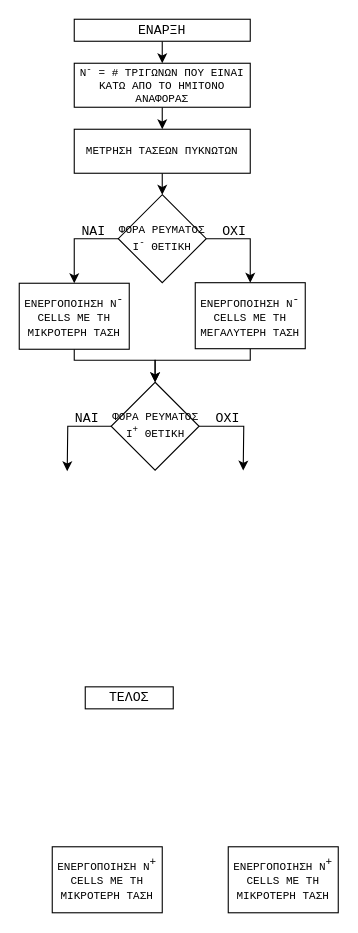
This is algorithm_1.drawio from thece36/drawio_mlvl_pulses, a draw.io file, before an edit. Source tidied: cells renumbered, new cells numbered last; positions are measured from the earlier drawing's top-left corner, leaving out a move shared by most shapes. Both pictures are drawn from the tidied source at 110%, with x=0, y=0 at pixel (19, 19).
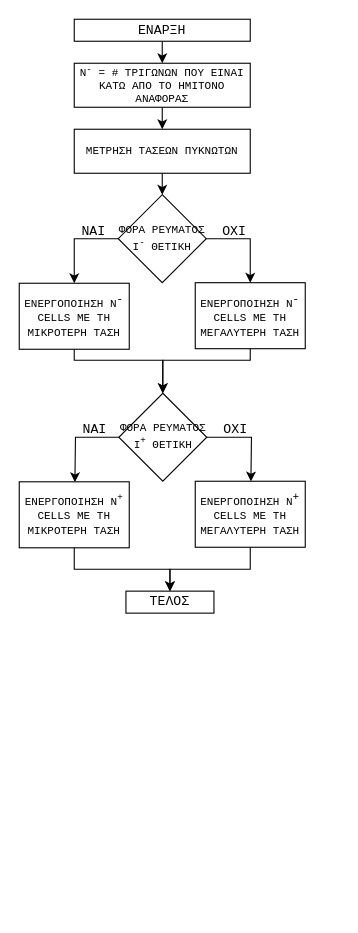
The same diagram, later.

Unchanged cells that the change refers to:
```xml
<mxCell id="10" value="&lt;font style=&quot;font-size: 10px;&quot; face=&quot;Courier New&quot;&gt;ΕΝΕΡΓΟΠΟΙΗΣΗ N&lt;sup style=&quot;font-size: 10px;&quot;&gt;-&lt;/sup&gt; CELLS ΜΕ ΤΗ ΜΙΚΡΟΤΕΡΗ ΤΑΣΗ&lt;/font&gt;" style="rounded=0;whiteSpace=wrap;html=1;verticalAlign=middle;fontSize=10;" parent="1" vertex="1">
  <mxGeometry y="240" width="100" height="60" as="geometry" />
</mxCell>
<mxCell id="12" value="&lt;font style=&quot;font-size: 10px;&quot; face=&quot;Courier New&quot;&gt;ΕΝΕΡΓΟΠΟΙΗΣΗ N&lt;sup style=&quot;font-size: 10px;&quot;&gt;-&lt;/sup&gt; CELLS ΜΕ ΤΗ ΜΕΓΑΛΥΤΕΡΗ ΤΑΣΗ&lt;/font&gt;" style="rounded=0;whiteSpace=wrap;html=1;verticalAlign=middle;fontSize=10;" parent="1" vertex="1">
  <mxGeometry x="160" y="239.5" width="100" height="60" as="geometry" />
</mxCell>
```

What changed in the source:
```diff
@@
     <mxCell id="9" style="edgeStyle=orthogonalEdgeStyle;rounded=0;jettySize=auto;html=1;exitX=0.5;exitY=1;exitDx=0;exitDy=0;entryX=0.5;entryY=0;entryDx=0;entryDy=0;fontFamily=Courier New;fontSize=10;" parent="1" edge="1" source="10" target="22">
       <mxGeometry relative="1" as="geometry">
         <Array as="points">
           <mxPoint x="50" y="310" />
-          <mxPoint x="123" y="310" />
+          <mxPoint x="130" y="310" />
         </Array>
       </mxGeometry>
     </mxCell>
@@
     <mxCell id="11" style="edgeStyle=orthogonalEdgeStyle;rounded=0;jettySize=auto;html=1;exitX=0.5;exitY=1;exitDx=0;exitDy=0;fontFamily=Courier New;fontSize=10;entryX=0.5;entryY=0;entryDx=0;entryDy=0;" parent="1" edge="1" source="12" target="22">
       <mxGeometry relative="1" as="geometry">
         <Array as="points">
           <mxPoint x="210" y="310" />
-          <mxPoint x="123" y="310" />
+          <mxPoint x="130" y="310" />
         </Array>
       </mxGeometry>
     </mxCell>
@@
     <mxCell id="17" value="ΤΕΛΟΣ" style="rounded=0;whiteSpace=wrap;html=1;verticalAlign=middle;fontFamily=Courier New;" parent="1" vertex="1">
-      <mxGeometry x="60" y="606.9" width="80" height="20" as="geometry" />
+      <mxGeometry x="97" y="519.9" width="80" height="20" as="geometry" />
     </mxCell>
-    <mxCell id="18" value="&lt;font style=&quot;font-size: 10px&quot; face=&quot;Courier New&quot;&gt;ΕΝΕΡΓΟΠΟΙΗΣΗ N&lt;sup style=&quot;font-size: 10px&quot;&gt;+&lt;/sup&gt; CELLS ΜΕ ΤΗ ΜΙΚΡΟΤΕΡΗ ΤΑΣΗ&lt;/font&gt;" style="rounded=0;whiteSpace=wrap;html=1;verticalAlign=middle;fontSize=10;" parent="1" vertex="1">
-      <mxGeometry x="30" y="752.3" width="100" height="60" as="geometry" />
-    </mxCell>
-    <mxCell id="19" value="&lt;font style=&quot;font-size: 10px&quot; face=&quot;Courier New&quot;&gt;ΕΝΕΡΓΟΠΟΙΗΣΗ N&lt;sup style=&quot;font-size: 10px&quot;&gt;+&lt;/sup&gt; CELLS ΜΕ ΤΗ ΜΙΚΡΟΤΕΡΗ ΤΑΣΗ&lt;/font&gt;" style="rounded=0;whiteSpace=wrap;html=1;verticalAlign=middle;fontSize=10;" parent="1" vertex="1">
-      <mxGeometry x="190" y="752.3" width="100" height="60" as="geometry" />
-    </mxCell>
     <mxCell id="20" style="edgeStyle=orthogonalEdgeStyle;rounded=0;jettySize=auto;html=1;exitX=0;exitY=0.5;exitDx=0;exitDy=0;entryX=0.5;entryY=0;entryDx=0;entryDy=0;fontFamily=Courier New;fontSize=8;" parent="1" edge="1" source="22">
       <mxGeometry relative="1" as="geometry">
-        <mxPoint x="43.6" y="410.8" as="targetPoint" />
+        <mxPoint x="50.6" y="420.8" as="targetPoint" />
       </mxGeometry>
     </mxCell>
     <mxCell id="21" style="edgeStyle=orthogonalEdgeStyle;rounded=0;jettySize=auto;html=1;exitX=1;exitY=0.5;exitDx=0;exitDy=0;entryX=0.5;entryY=0;entryDx=0;entryDy=0;fontFamily=Courier New;fontSize=12;" parent="1" edge="1" source="22">
       <mxGeometry relative="1" as="geometry">
-        <mxPoint x="203.6" y="410.2" as="targetPoint" />
+        <mxPoint x="210.6" y="420.2" as="targetPoint" />
       </mxGeometry>
     </mxCell>
     <mxCell id="22" value="ΦΟΡΑ ΡΕΥΜΑΤΟΣ Ι&lt;sup&gt;+&lt;/sup&gt; ΘΕΤΙΚΗ" style="rhombus;whiteSpace=wrap;html=1;fontFamily=Courier New;fontSize=10;" parent="1" vertex="1">
-      <mxGeometry x="83.5" y="330" width="80" height="80" as="geometry" />
+      <mxGeometry x="90.5" y="340" width="80" height="80" as="geometry" />
     </mxCell>
     <mxCell id="23" value="ΝΑΙ" style="text;html=1;align=left;verticalAlign=top;spacingTop=-4;fontSize=12;fontFamily=Courier New;" parent="1" vertex="1">
-      <mxGeometry x="48.5" y="354" width="30" height="10" as="geometry" />
+      <mxGeometry x="55.5" y="364" width="30" height="10" as="geometry" />
     </mxCell>
     <mxCell id="24" value="ΟΧΙ" style="text;html=1;align=left;verticalAlign=top;spacingTop=-4;fontSize=12;fontFamily=Courier New;" parent="1" vertex="1">
-      <mxGeometry x="176.5" y="354" width="40" height="20" as="geometry" />
+      <mxGeometry x="183.5" y="364" width="40" height="20" as="geometry" />
     </mxCell>
+    <mxCell id="25" style="edgeStyle=orthogonalEdgeStyle;rounded=0;jettySize=auto;html=1;exitX=0.5;exitY=1;exitDx=0;exitDy=0;entryX=0.5;entryY=0;entryDx=0;entryDy=0;fontFamily=Courier New;fontSize=10;" parent="1" edge="1" source="26" target="17">
+      <mxGeometry relative="1" as="geometry">
+        <Array as="points">
+          <mxPoint x="50" y="500" />
+          <mxPoint x="137" y="500" />
+        </Array>
+      </mxGeometry>
+    </mxCell>
+    <mxCell id="26" value="&lt;font style=&quot;font-size: 10px&quot; face=&quot;Courier New&quot;&gt;ΕΝΕΡΓΟΠΟΙΗΣΗ N&lt;sup&gt;+&lt;/sup&gt; CELLS ΜΕ ΤΗ ΜΙΚΡΟΤΕΡΗ ΤΑΣΗ&lt;/font&gt;" style="rounded=0;whiteSpace=wrap;html=1;verticalAlign=middle;fontSize=10;" parent="1" vertex="1">
+      <mxGeometry y="420.5" width="100" height="60" as="geometry" />
+    </mxCell>
+    <mxCell id="27" style="edgeStyle=orthogonalEdgeStyle;rounded=0;jettySize=auto;html=1;exitX=0.5;exitY=1;exitDx=0;exitDy=0;fontFamily=Courier New;fontSize=10;entryX=0.5;entryY=0;entryDx=0;entryDy=0;" parent="1" edge="1" source="28" target="17">
+      <mxGeometry relative="1" as="geometry">
+        <Array as="points">
+          <mxPoint x="210" y="500" />
+          <mxPoint x="137" y="500" />
+        </Array>
+      </mxGeometry>
+    </mxCell>
+    <mxCell id="28" value="&lt;font style=&quot;font-size: 10px&quot; face=&quot;Courier New&quot;&gt;ΕΝΕΡΓΟΠΟΙΗΣΗ N&lt;sup style=&quot;font-size: 10px&quot;&gt;+&lt;/sup&gt; CELLS ΜΕ ΤΗ ΜΕΓΑΛΥΤΕΡΗ ΤΑΣΗ&lt;/font&gt;" style="rounded=0;whiteSpace=wrap;html=1;verticalAlign=middle;fontSize=10;" parent="1" vertex="1">
+      <mxGeometry x="160" y="420" width="100" height="60" as="geometry" />
+    </mxCell>
```
